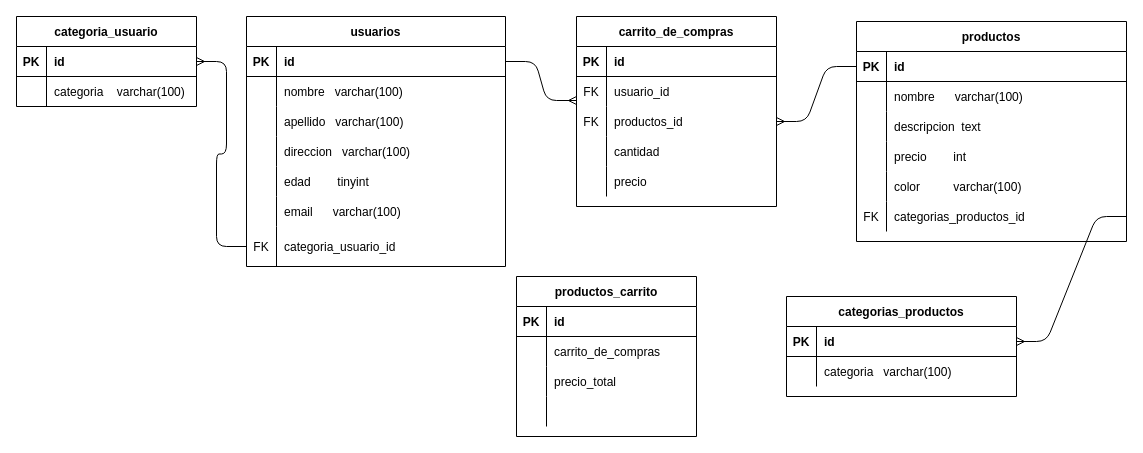
This is src/data/diagrama.drawio from 0621CDFSNCN12LAED/grupo-10, a draw.io file, before an edit. Source tidied: cells renumbered, new cells numbered last; positions are measured from the earlier drawing's top-left corner, leaving out a move shared by most shapes. Both pictures are drawn from the tidied source at 100%, with x=0, y=0 at pixel (16, 16).
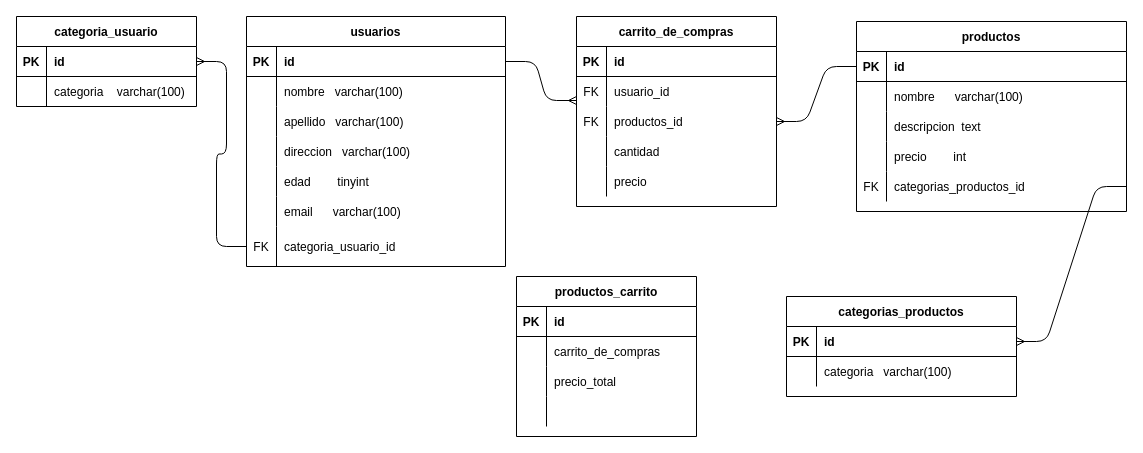
Above is the later version.

The change refers to these unchanged cells:
```xml
<mxCell id="67" style="shape=partialRectangle;fillColor=none;top=0;left=0;bottom=0;right=0;" parent="57" vertex="1">
  <mxGeometry y="120" width="200" height="30" as="geometry" />
</mxCell>
```

What changed in the source:
```diff
@@
     <mxCell id="9" value="productos" style="shape=table;startSize=30;childLayout=tableLayout;rowLines=0;fontStyle=1;align=center;" parent="1" vertex="1">
-      <mxGeometry x="840" y="5" width="270" height="220" as="geometry" />
+      <mxGeometry x="840" y="5" width="270" height="190" as="geometry" />
     </mxCell>
@@
-    <mxCell id="22" style="shape=partialRectangle;fillColor=none;top=0;left=0;bottom=0;right=0;" parent="9" vertex="1">
-      <mxGeometry y="150" width="270" height="30" as="geometry" />
-    </mxCell>
-    <mxCell id="23" style="shape=partialRectangle;fillColor=none;top=0;left=0;bottom=0;right=0;overflow=hidden;" parent="22" vertex="1">
-      <mxGeometry width="30" height="30" as="geometry" />
-    </mxCell>
-    <mxCell id="24" value="color          varchar(100)" style="shape=partialRectangle;fillColor=none;top=0;left=0;bottom=0;right=0;align=left;spacingLeft=6;overflow=hidden;" parent="22" vertex="1">
-      <mxGeometry x="30" width="240" height="30" as="geometry" />
-    </mxCell>
     <mxCell id="25" style="shape=partialRectangle;fillColor=none;top=0;left=0;bottom=0;right=0;points=[[0,0.5],[1,0.5]];portConstraint=eastwest;" parent="9" vertex="1">
-      <mxGeometry y="180" width="270" height="30" as="geometry" />
+      <mxGeometry y="150" width="270" height="30" as="geometry" />
     </mxCell>
@@
-    <mxCell id="69" value="cantidad" style="shape=partialRectangle;fillColor=none;top=0;left=0;bottom=0;right=0;align=left;spacingLeft=6;overflow=hidden;" parent="67" vertex="1">
+    <mxCell id="69" value="cantidad " style="shape=partialRectangle;fillColor=none;top=0;left=0;bottom=0;right=0;align=left;spacingLeft=6;overflow=hidden;" parent="67" vertex="1">
       <mxGeometry x="30" width="170" height="30" as="geometry" />
     </mxCell>
```
